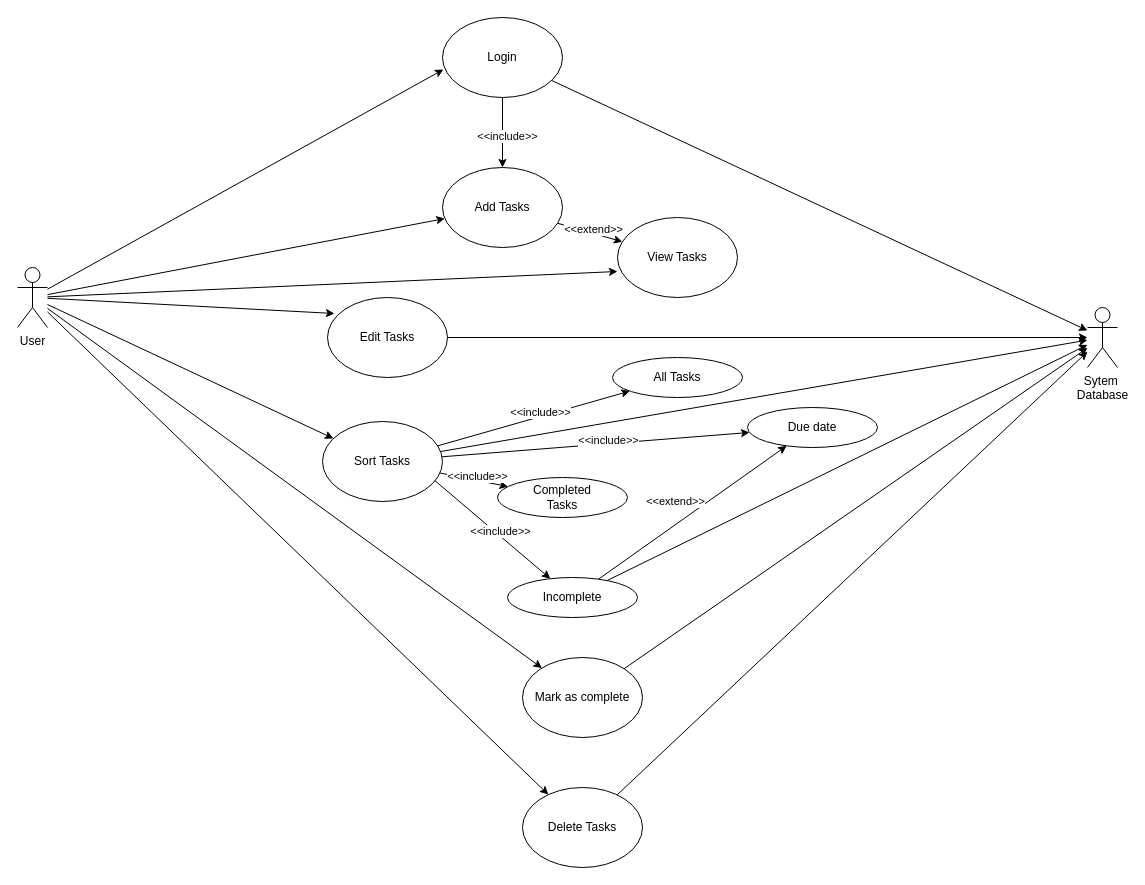
Earlier version of the draw.io diagram Task Manager Case.drawio (Giresse097/Giresse097). Source tidied: cells renumbered, new cells numbered last; positions are measured from the earlier drawing's top-left corner, leaving out a move shared by most shapes. Both pictures are drawn from the tidied source at 100%, with x=0, y=0 at pixel (17, 17).
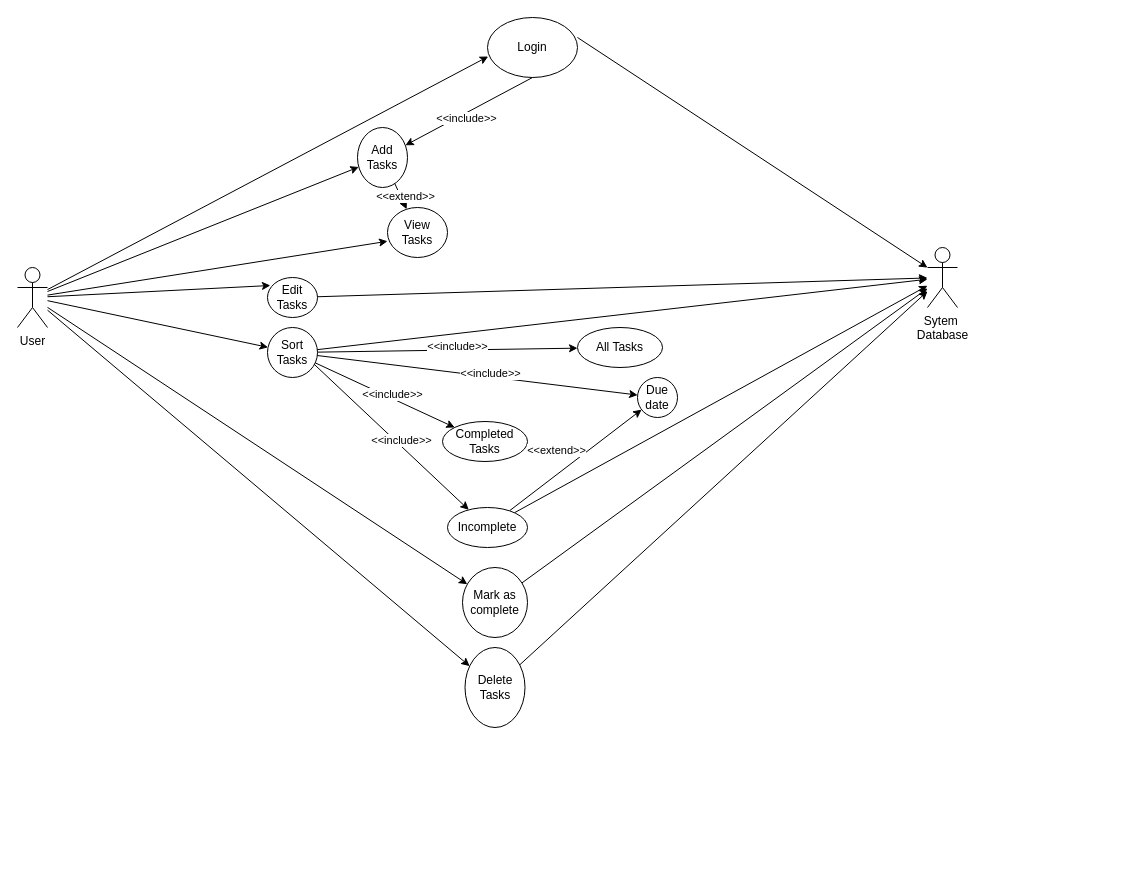
Above is the later version.

Diff of the diagram source:
```diff
@@
     <mxCell id="3" value="Login" style="ellipse;whiteSpace=wrap;html=1;" parent="1" vertex="1">
-      <mxGeometry x="425" width="120" height="80" as="geometry" />
+      <mxGeometry x="470" width="90" height="60" as="geometry" />
     </mxCell>
     <mxCell id="4" value="Add Tasks" style="ellipse;whiteSpace=wrap;html=1;" parent="1" vertex="1">
-      <mxGeometry x="425" y="150" width="120" height="80" as="geometry" />
+      <mxGeometry x="340" y="110" width="50" height="60" as="geometry" />
     </mxCell>
     <mxCell id="5" value="View Tasks" style="ellipse;whiteSpace=wrap;html=1;" parent="1" vertex="1">
-      <mxGeometry x="600" y="200" width="120" height="80" as="geometry" />
+      <mxGeometry x="370" y="190" width="60" height="50" as="geometry" />
     </mxCell>
     <mxCell id="6" value="Edit Tasks" style="ellipse;whiteSpace=wrap;html=1;" parent="1" vertex="1">
-      <mxGeometry x="310" y="280" width="120" height="80" as="geometry" />
+      <mxGeometry x="250" y="260" width="50" height="40" as="geometry" />
     </mxCell>
     <mxCell id="7" value="Delete Tasks" style="ellipse;whiteSpace=wrap;html=1;" parent="1" vertex="1">
-      <mxGeometry x="505" y="770" width="120" height="80" as="geometry" />
+      <mxGeometry x="447.5" y="630" width="60" height="80" as="geometry" />
     </mxCell>
     <mxCell id="8" value="Sort Tasks" style="ellipse;whiteSpace=wrap;html=1;" parent="1" vertex="1">
-      <mxGeometry x="305" y="404" width="120" height="80" as="geometry" />
+      <mxGeometry x="250" y="310" width="50" height="50" as="geometry" />
     </mxCell>
     <mxCell id="9" value="Sytem&amp;nbsp;&lt;div&gt;Database&lt;/div&gt;" style="shape=umlActor;verticalLabelPosition=bottom;verticalAlign=top;html=1;outlineConnect=0;" parent="1" vertex="1">
-      <mxGeometry x="1070" y="290" width="30" height="60" as="geometry" />
+      <mxGeometry x="910" y="230" width="30" height="60" as="geometry" />
     </mxCell>
@@
-    <mxCell id="11" style="endArrow=classic;html=1;rounded=0;" parent="1" edge="1" source="3" target="9">
-      <mxGeometry relative="1" as="geometry" />
+    <mxCell id="11" style="endArrow=classic;html=1;rounded=0;" parent="1" edge="1" target="9">
+      <mxGeometry relative="1" as="geometry">
+        <mxPoint x="560" y="20" as="sourcePoint" />
+      </mxGeometry>
     </mxCell>
@@
     <mxCell id="23" value="Mark as complete" style="ellipse;whiteSpace=wrap;html=1;" parent="1" vertex="1">
-      <mxGeometry x="505" y="640" width="120" height="80" as="geometry" />
+      <mxGeometry x="445" y="550" width="65" height="70" as="geometry" />
     </mxCell>
@@
     <mxCell id="27" value="All Tasks" style="ellipse;whiteSpace=wrap;html=1;" parent="1" vertex="1">
-      <mxGeometry x="595" y="340" width="130" height="40" as="geometry" />
+      <mxGeometry x="560" y="310" width="85" height="40" as="geometry" />
     </mxCell>
     <mxCell id="28" value="Completed&lt;div&gt;Tasks&lt;/div&gt;" style="ellipse;whiteSpace=wrap;html=1;" parent="1" vertex="1">
-      <mxGeometry x="480" y="460" width="130" height="40" as="geometry" />
+      <mxGeometry x="425" y="404" width="85" height="40" as="geometry" />
     </mxCell>
@@
     <mxCell id="35" value="Due date" style="ellipse;whiteSpace=wrap;html=1;" parent="1" vertex="1">
-      <mxGeometry x="730" y="390" width="130" height="40" as="geometry" />
+      <mxGeometry x="620" y="360" width="40" height="40" as="geometry" />
     </mxCell>
@@
     <mxCell id="41" value="Incomplete" style="ellipse;whiteSpace=wrap;html=1;" parent="1" vertex="1">
-      <mxGeometry x="490" y="560" width="130" height="40" as="geometry" />
+      <mxGeometry x="430" y="490" width="80" height="40" as="geometry" />
     </mxCell>
```
